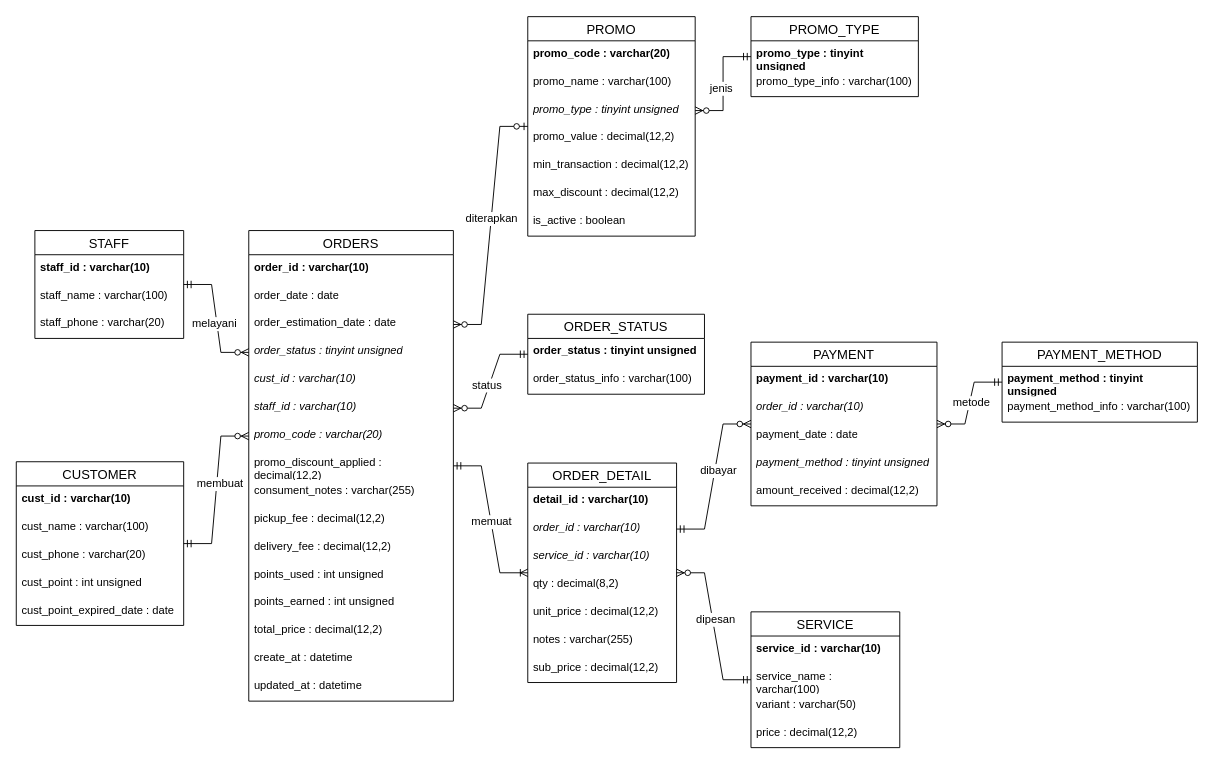
restumj/laundry-project keeps this draw.io diagram as docs/erd-fisik.drawio. Above is the earlier version. Source tidied: cells renumbered, new cells numbered last; positions are measured from the earlier drawing's top-left corner, leaving out a move shared by most shapes. Both pictures are drawn from the tidied source at 93%, with x=0, y=0 at pixel (16, 16).
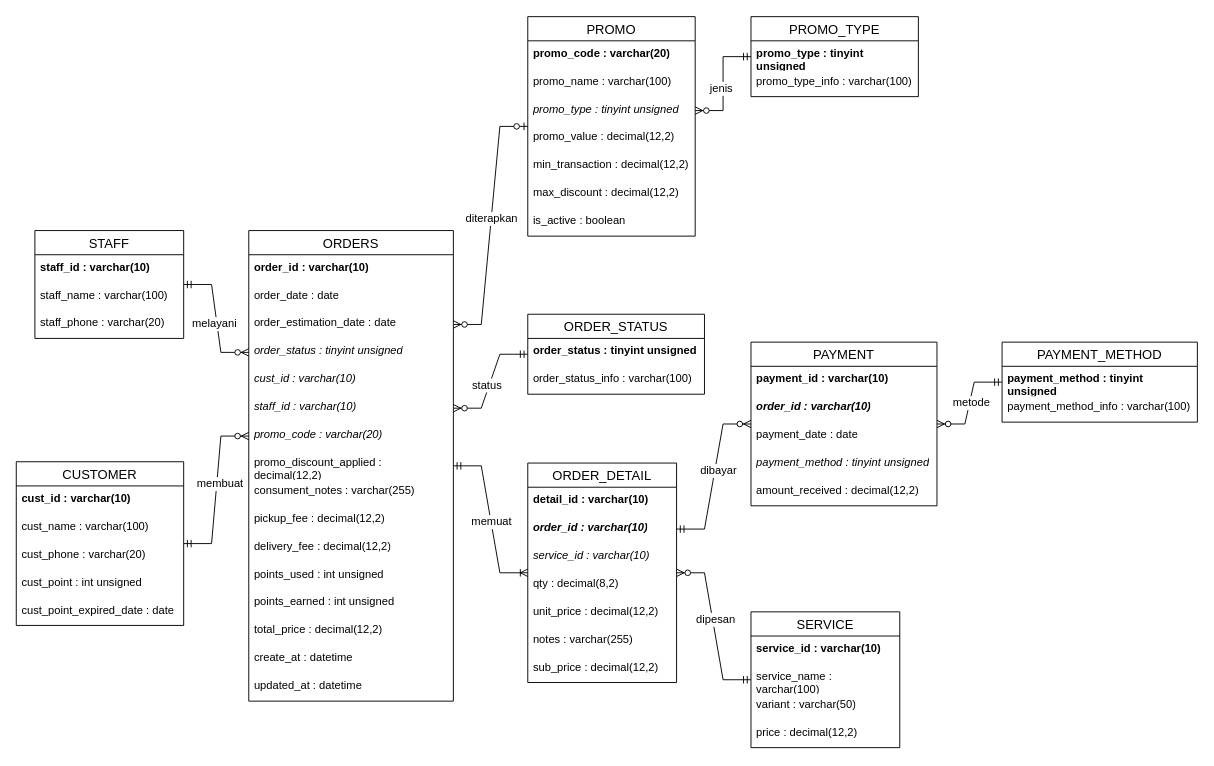
After the change.

Commit message:
change order_detail and payment table to have two PK keys

The change refers to these unchanged cells:
```xml
<mxCell id="19" value="ORDER_DETAIL" style="swimlane;fontStyle=0;horizontal=1;startSize=26;align=center;fontSize=14;" parent="1" vertex="1">
  <mxGeometry x="550" y="480.4" width="160" height="236" as="geometry" />
</mxCell>
<mxCell id="53" value="PAYMENT" style="swimlane;fontStyle=0;horizontal=1;startSize=26;align=center;fontSize=14;" parent="1" vertex="1">
  <mxGeometry x="790" y="350.4" width="200" height="176" as="geometry" />
</mxCell>
```

Diff of the diagram source:
```diff
@@
-    <mxCell id="21" value="&lt;i&gt;order_id : varchar(10)&lt;/i&gt;" style="text;strokeColor=none;fillColor=none;spacingLeft=4;spacingRight=4;overflow=hidden;points=[[0,0.5],[1,0.5]];portConstraint=eastwest;fontSize=12;whiteSpace=wrap;html=1;" parent="19" vertex="1">
+    <mxCell id="21" value="&lt;i&gt;&lt;b&gt;order_id : varchar(10)&lt;/b&gt;&lt;/i&gt;" style="text;strokeColor=none;fillColor=none;spacingLeft=4;spacingRight=4;overflow=hidden;points=[[0,0.5],[1,0.5]];portConstraint=eastwest;fontSize=12;whiteSpace=wrap;html=1;" parent="19" vertex="1">
       <mxGeometry y="56" width="160" height="30" as="geometry" />
     </mxCell>
@@
-    <mxCell id="55" value="&lt;i&gt;order_id : varchar(10)&lt;/i&gt;" style="text;strokeColor=none;fillColor=none;spacingLeft=4;spacingRight=4;overflow=hidden;fontSize=12;whiteSpace=wrap;html=1;" parent="53" vertex="1">
+    <mxCell id="55" value="&lt;i&gt;&lt;b&gt;order_id : varchar(10)&lt;/b&gt;&lt;/i&gt;" style="text;strokeColor=none;fillColor=none;spacingLeft=4;spacingRight=4;overflow=hidden;fontSize=12;whiteSpace=wrap;html=1;" parent="53" vertex="1">
       <mxGeometry y="56" width="200" height="30" as="geometry" />
     </mxCell>
```
